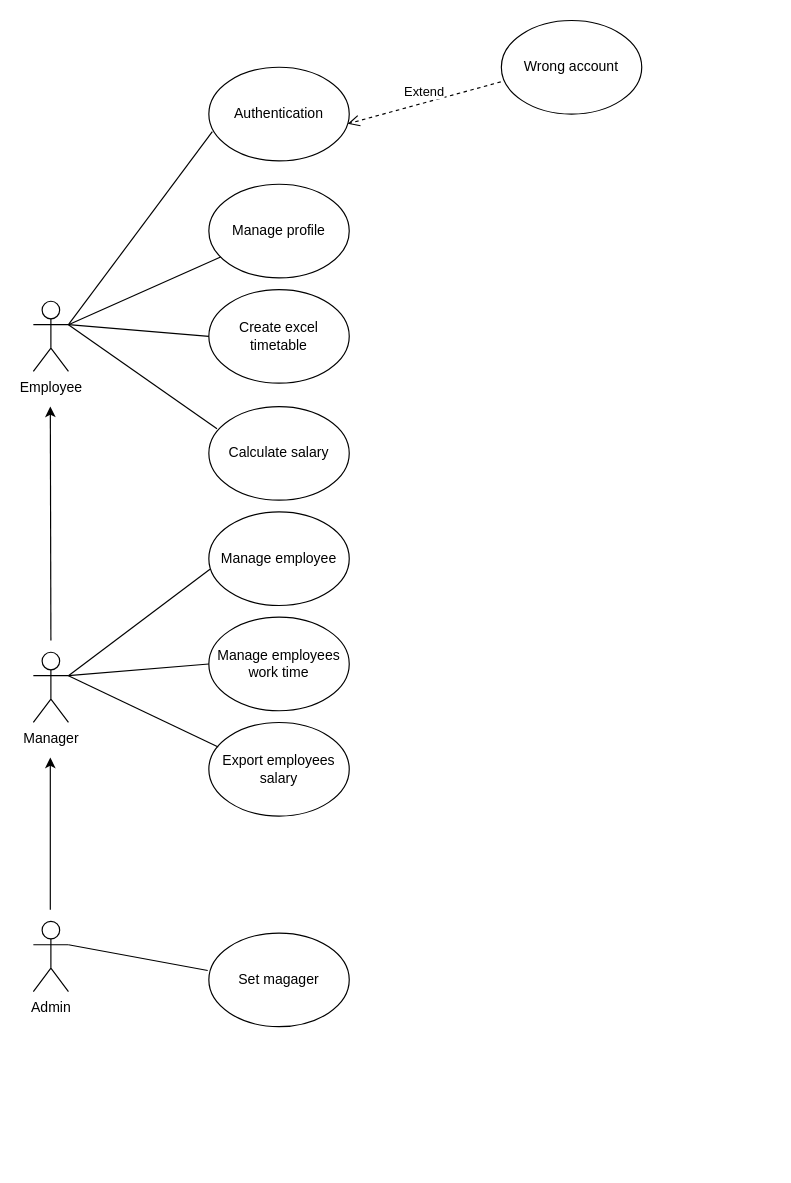
This is Diagram/Use Case Diagram.drawio from hakunhan/employee_management, a draw.io file, before an edit. Source tidied: cells renumbered, new cells numbered last; positions are measured from the earlier drawing's top-left corner, leaving out a move shared by most shapes. Both pictures are drawn from the tidied source at 117%, with x=0, y=0 at pixel (33, 20).
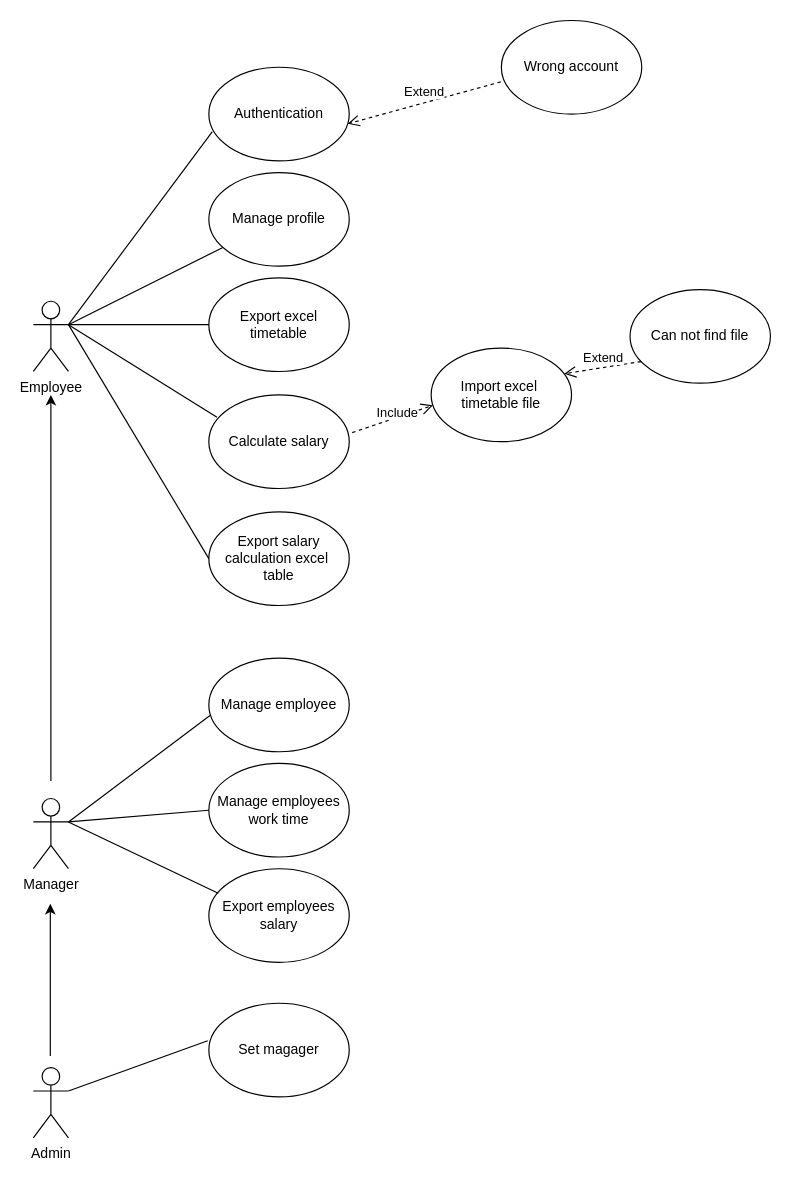
The same diagram, later.

Commit message (it also covers changes not shown here):
Update code and diagram

The change refers to these unchanged cells:
```xml
<mxCell id="2" value="Employee" style="shape=umlActor;verticalLabelPosition=bottom;verticalAlign=top;html=1;outlineConnect=0;" parent="1" vertex="1">
  <mxGeometry y="240" width="30" height="60" as="geometry" />
</mxCell>
```

Change to the diagram source:
```diff
@@
     <mxCell id="3" value="Manager" style="shape=umlActor;verticalLabelPosition=bottom;verticalAlign=top;html=1;outlineConnect=0;" parent="1" vertex="1">
-      <mxGeometry y="540" width="30" height="60" as="geometry" />
+      <mxGeometry y="665" width="30" height="60" as="geometry" />
     </mxCell>
     <mxCell id="4" value="Admin" style="shape=umlActor;verticalLabelPosition=bottom;verticalAlign=top;html=1;outlineConnect=0;" parent="1" vertex="1">
-      <mxGeometry y="770" width="30" height="60" as="geometry" />
+      <mxGeometry y="895" width="30" height="60" as="geometry" />
     </mxCell>
@@
-    <mxCell id="7" value="Create excel timetable" style="ellipse;whiteSpace=wrap;html=1;" parent="1" vertex="1">
-      <mxGeometry x="150" y="230" width="120" height="80" as="geometry" />
+    <mxCell id="7" value="Export excel timetable" style="ellipse;whiteSpace=wrap;html=1;" parent="1" vertex="1">
+      <mxGeometry x="150" y="220" width="120" height="80" as="geometry" />
     </mxCell>
     <mxCell id="8" value="Calculate salary" style="ellipse;whiteSpace=wrap;html=1;" parent="1" vertex="1">
-      <mxGeometry x="150" y="330" width="120" height="80" as="geometry" />
+      <mxGeometry x="150" y="320" width="120" height="80" as="geometry" />
     </mxCell>
     <mxCell id="9" value="Manage employee" style="ellipse;whiteSpace=wrap;html=1;" parent="1" vertex="1">
-      <mxGeometry x="150" y="420" width="120" height="80" as="geometry" />
+      <mxGeometry x="150" y="545" width="120" height="80" as="geometry" />
     </mxCell>
     <mxCell id="10" value="Manage employees work time" style="ellipse;whiteSpace=wrap;html=1;" parent="1" vertex="1">
-      <mxGeometry x="150" y="510" width="120" height="80" as="geometry" />
+      <mxGeometry x="150" y="635" width="120" height="80" as="geometry" />
     </mxCell>
     <mxCell id="11" value="Export employees salary" style="ellipse;whiteSpace=wrap;html=1;" parent="1" vertex="1">
-      <mxGeometry x="150" y="600" width="120" height="80" as="geometry" />
+      <mxGeometry x="150" y="725" width="120" height="80" as="geometry" />
     </mxCell>
     <mxCell id="12" value="Set magager" style="ellipse;whiteSpace=wrap;html=1;" parent="1" vertex="1">
-      <mxGeometry x="150" y="780" width="120" height="80" as="geometry" />
+      <mxGeometry x="150" y="840" width="120" height="80" as="geometry" />
     </mxCell>
@@
     <mxCell id="20" style="endArrow=classic;html=1;" parent="1" edge="1">
       <mxGeometry relative="1" as="geometry">
-        <mxPoint x="14.5" y="760" as="sourcePoint" />
-        <mxPoint x="14.5" y="630" as="targetPoint" />
+        <mxPoint x="14.5" y="885" as="sourcePoint" />
+        <mxPoint x="14.5" y="755" as="targetPoint" />
       </mxGeometry>
     </mxCell>
     <mxCell id="21" style="endArrow=classic;html=1;" parent="1" edge="1">
       <mxGeometry relative="1" as="geometry">
-        <mxPoint x="15" y="530" as="sourcePoint" />
-        <mxPoint x="14.5" y="330" as="targetPoint" />
+        <mxPoint x="15" y="650" as="sourcePoint" />
+        <mxPoint x="15" y="320" as="targetPoint" />
       </mxGeometry>
     </mxCell>
@@
     <mxCell id="23" value="Manage profile" style="ellipse;whiteSpace=wrap;html=1;" parent="1" vertex="1">
-      <mxGeometry x="150" y="140" width="120" height="80" as="geometry" />
+      <mxGeometry x="150" y="130" width="120" height="80" as="geometry" />
     </mxCell>
@@
+    <mxCell id="25" value="Import excel&amp;nbsp; timetable file" style="ellipse;whiteSpace=wrap;html=1;" parent="1" vertex="1">
+      <mxGeometry x="340" y="280" width="120" height="80" as="geometry" />
+    </mxCell>
+    <mxCell id="26" value="&lt;div&gt;Include&lt;/div&gt;" style="html=1;verticalAlign=bottom;endArrow=open;dashed=1;endSize=8;exitX=1.021;exitY=0.403;exitDx=0;exitDy=0;exitPerimeter=0;entryX=0.013;entryY=0.611;entryDx=0;entryDy=0;entryPerimeter=0;" parent="1" edge="1" source="8" target="25">
+      <mxGeometry x="0.07" y="-5" relative="1" as="geometry" />
+    </mxCell>
+    <mxCell id="27" value="Can not find file" style="ellipse;whiteSpace=wrap;html=1;" parent="1" vertex="1">
+      <mxGeometry x="510" y="230" width="120" height="80" as="geometry" />
+    </mxCell>
+    <mxCell id="28" value="&lt;div&gt;Extend&lt;/div&gt;" style="html=1;verticalAlign=bottom;endArrow=open;dashed=1;endSize=8;exitX=0.079;exitY=0.769;exitDx=0;exitDy=0;exitPerimeter=0;entryX=0.948;entryY=0.274;entryDx=0;entryDy=0;entryPerimeter=0;" parent="1" edge="1" source="27" target="25">
+      <mxGeometry relative="1" as="geometry" />
+    </mxCell>
+    <mxCell id="29" value="Export salary calculation excel&amp;nbsp; table" style="ellipse;whiteSpace=wrap;html=1;" parent="1" vertex="1">
+      <mxGeometry x="150" y="420" width="120" height="80" as="geometry" />
+    </mxCell>
+    <mxCell id="30" style="endArrow=none;html=1;entryX=1;entryY=0.3333333333333333;entryDx=0;entryDy=0;entryPerimeter=0;exitX=0;exitY=0.5;exitDx=0;exitDy=0;" parent="1" edge="1" source="29" target="2">
+      <mxGeometry relative="1" as="geometry" />
+    </mxCell>
```
